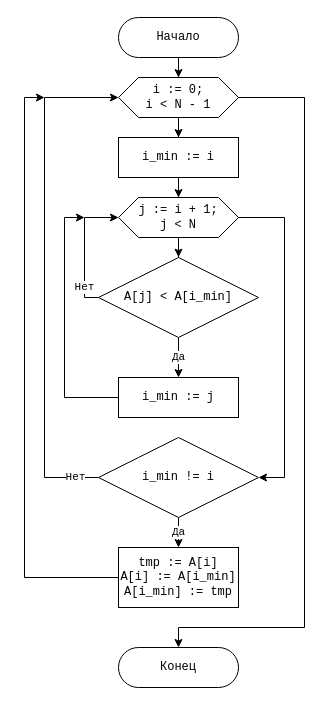
Above: lab_06_3_bubble-sort.drawio in 4gottendreamer/Diagrams-drawio (draw.io), before the change. Source tidied: cells renumbered, new cells numbered last; positions are measured from the earlier drawing's top-left corner, leaving out a move shared by most shapes. Both pictures are drawn from the tidied source at 100%, with x=0, y=0 at pixel (24, 17).
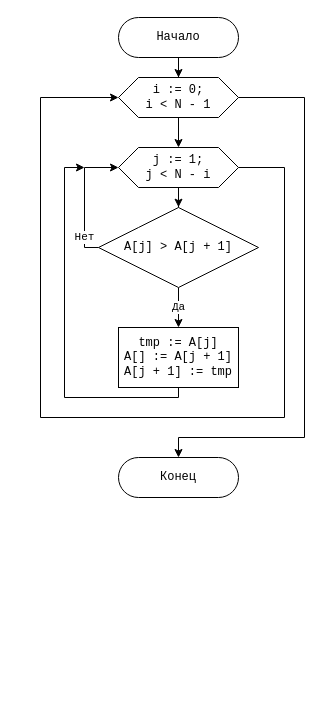
After the change.

Unchanged cells that the change refers to:
```xml
<mxCell id="6" value="&lt;div&gt;i := 0;&lt;/div&gt;&lt;div&gt;i &amp;lt; N - 1&lt;/div&gt;" style="shape=hexagon;perimeter=hexagonPerimeter2;whiteSpace=wrap;html=1;fixedSize=1;rounded=1;fontFamily=Consolas;arcSize=0;" parent="1" vertex="1">
  <mxGeometry x="94" y="60" width="120" height="40" as="geometry" />
</mxCell>
```

Change to the diagram source:
```diff
@@
-    <mxCell id="4" style="edgeStyle=orthogonalEdgeStyle;rounded=0;jettySize=auto;html=1;fontFamily=Consolas;" parent="1" edge="1" source="6" target="8">
+    <mxCell id="4" style="edgeStyle=orthogonalEdgeStyle;rounded=0;jettySize=auto;html=1;fontFamily=Consolas;entryX=0.5;entryY=0;entryDx=0;entryDy=0;" parent="1" edge="1" source="6" target="11">
       <mxGeometry relative="1" as="geometry" />
     </mxCell>
     <mxCell id="5" style="edgeStyle=orthogonalEdgeStyle;rounded=0;jettySize=auto;html=1;fontFamily=Consolas;entryX=0.5;entryY=0;entryDx=0;entryDy=0;" parent="1" edge="1" source="6" target="22">
       <mxGeometry relative="1" as="geometry">
         <Array as="points">
           <mxPoint x="280" y="80" />
-          <mxPoint x="280" y="610" />
-          <mxPoint x="154" y="610" />
+          <mxPoint x="280" y="420" />
+          <mxPoint x="154" y="420" />
         </Array>
       </mxGeometry>
     </mxCell>
@@
-    <mxCell id="7" style="edgeStyle=orthogonalEdgeStyle;rounded=0;jettySize=auto;html=1;fontFamily=Consolas;" parent="1" edge="1" source="8" target="11">
-      <mxGeometry relative="1" as="geometry" />
-    </mxCell>
-    <mxCell id="8" value="i_min := i" style="whiteSpace=wrap;html=1;rounded=1;fontFamily=Consolas;arcSize=0;" parent="1" vertex="1">
-      <mxGeometry x="94" y="120" width="120" height="40" as="geometry" />
-    </mxCell>
@@
-    <mxCell id="10" style="edgeStyle=orthogonalEdgeStyle;rounded=0;jettySize=auto;html=1;fontFamily=Consolas;entryX=1;entryY=0.5;entryDx=0;entryDy=0;" parent="1" edge="1" source="11" target="19">
+    <mxCell id="10" style="edgeStyle=orthogonalEdgeStyle;rounded=0;jettySize=auto;html=1;fontFamily=Consolas;entryX=0;entryY=0.5;entryDx=0;entryDy=0;exitX=1;exitY=0.5;exitDx=0;exitDy=0;" parent="1" edge="1" source="11" target="6">
       <mxGeometry relative="1" as="geometry">
         <Array as="points">
-          <mxPoint x="260" y="200" />
-          <mxPoint x="260" y="460" />
+          <mxPoint x="260" y="150" />
+          <mxPoint x="260" y="400" />
+          <mxPoint x="16" y="400" />
+          <mxPoint x="16" y="80" />
         </Array>
       </mxGeometry>
     </mxCell>
-    <mxCell id="11" value="&lt;div&gt;j := i + 1;&lt;/div&gt;&lt;div&gt;j &amp;lt; N&lt;/div&gt;" style="shape=hexagon;perimeter=hexagonPerimeter2;whiteSpace=wrap;html=1;fixedSize=1;rounded=1;fontFamily=Consolas;arcSize=0;" parent="1" vertex="1">
-      <mxGeometry x="94" y="180" width="120" height="40" as="geometry" />
+    <mxCell id="11" value="&lt;div&gt;j := 1;&lt;/div&gt;&lt;div&gt;j &amp;lt; N - i&lt;br&gt;&lt;/div&gt;" style="shape=hexagon;perimeter=hexagonPerimeter2;whiteSpace=wrap;html=1;fixedSize=1;rounded=1;fontFamily=Consolas;arcSize=0;" parent="1" vertex="1">
+      <mxGeometry x="94" y="130" width="120" height="40" as="geometry" />
     </mxCell>
-    <mxCell id="12" value="Да" style="edgeStyle=orthogonalEdgeStyle;rounded=0;jettySize=auto;html=1;fontFamily=Consolas;" parent="1" edge="1" source="14" target="16">
+    <mxCell id="12" value="Да" style="edgeStyle=orthogonalEdgeStyle;rounded=0;jettySize=auto;html=1;fontFamily=Consolas;entryX=0.5;entryY=0;entryDx=0;entryDy=0;" parent="1" edge="1" source="14" target="21">
       <mxGeometry relative="1" as="geometry" />
     </mxCell>
     <mxCell id="13" value="&lt;div&gt;Нет&lt;/div&gt;" style="edgeStyle=orthogonalEdgeStyle;rounded=0;jettySize=auto;html=1;fontFamily=Consolas;entryX=0;entryY=0.5;entryDx=0;entryDy=0;exitX=0;exitY=0.5;exitDx=0;exitDy=0;" parent="1" edge="1" source="14" target="11">
       <mxGeometry x="-0.62" relative="1" as="geometry">
         <Array as="points">
-          <mxPoint x="60" y="280" />
-          <mxPoint x="60" y="200" />
+          <mxPoint x="60" y="230" />
+          <mxPoint x="60" y="150" />
         </Array>
       </mxGeometry>
     </mxCell>
-    <mxCell id="14" value="A[j] &amp;lt; A[i_min]" style="rhombus;whiteSpace=wrap;html=1;rounded=1;fontFamily=Consolas;arcSize=0;" parent="1" vertex="1">
-      <mxGeometry x="74" y="240" width="160" height="80" as="geometry" />
+    <mxCell id="14" value="A[j] &amp;gt; A[j + 1]" style="rhombus;whiteSpace=wrap;html=1;rounded=1;fontFamily=Consolas;arcSize=0;" parent="1" vertex="1">
+      <mxGeometry x="74" y="190" width="160" height="80" as="geometry" />
     </mxCell>
-    <mxCell id="15" style="edgeStyle=orthogonalEdgeStyle;rounded=0;jettySize=auto;html=1;fontFamily=Consolas;" parent="1" edge="1" source="16">
+    <mxCell id="15" style="edgeStyle=orthogonalEdgeStyle;rounded=0;jettySize=auto;html=1;fontFamily=Consolas;exitX=0.5;exitY=1;exitDx=0;exitDy=0;" parent="1" edge="1" source="21">
       <mxGeometry relative="1" as="geometry">
-        <mxPoint x="60" y="200" as="targetPoint" />
+        <mxPoint x="60" y="150" as="targetPoint" />
         <Array as="points">
+          <mxPoint x="154" y="380" />
           <mxPoint x="40" y="380" />
-          <mxPoint x="40" y="200" />
+          <mxPoint x="40" y="150" />
         </Array>
       </mxGeometry>
     </mxCell>
-    <mxCell id="16" value="i_min := j" style="whiteSpace=wrap;html=1;rounded=1;fontFamily=Consolas;arcSize=0;" parent="1" vertex="1">
-      <mxGeometry x="94" y="360" width="120" height="40" as="geometry" />
-    </mxCell>
-    <mxCell id="17" value="Да" style="edgeStyle=orthogonalEdgeStyle;rounded=0;jettySize=auto;html=1;fontFamily=Consolas;" parent="1" edge="1" source="19" target="21">
-      <mxGeometry relative="1" as="geometry" />
-    </mxCell>
-    <mxCell id="18" value="&lt;div&gt;Нет&lt;/div&gt;" style="edgeStyle=orthogonalEdgeStyle;rounded=0;jettySize=auto;html=1;entryX=0;entryY=0.5;entryDx=0;entryDy=0;fontFamily=Consolas;" parent="1" edge="1" source="19" target="6">
-      <mxGeometry x="-0.91" relative="1" as="geometry">
-        <Array as="points">
-          <mxPoint x="20" y="460" />
-          <mxPoint x="20" y="80" />
-        </Array>
-      </mxGeometry>
-    </mxCell>
-    <mxCell id="19" value="i_min != i" style="rhombus;whiteSpace=wrap;html=1;rounded=1;fontFamily=Consolas;arcSize=0;" parent="1" vertex="1">
-      <mxGeometry x="74" y="420" width="160" height="80" as="geometry" />
-    </mxCell>
-    <mxCell id="20" style="edgeStyle=orthogonalEdgeStyle;rounded=0;jettySize=auto;html=1;fontFamily=Consolas;" parent="1" edge="1" source="21">
-      <mxGeometry relative="1" as="geometry">
-        <mxPoint x="20" y="80" as="targetPoint" />
-        <Array as="points">
-          <mxPoint y="560" />
-          <mxPoint y="80" />
-        </Array>
-      </mxGeometry>
-    </mxCell>
-    <mxCell id="21" value="&lt;div&gt;tmp := A[i]&lt;/div&gt;&lt;div&gt;A[i] := A[i_min]&lt;/div&gt;&lt;div&gt;A[i_min] := tmp&lt;br&gt;&lt;/div&gt;" style="whiteSpace=wrap;html=1;rounded=1;fontFamily=Consolas;arcSize=0;" parent="1" vertex="1">
-      <mxGeometry x="94" y="530" width="120" height="60" as="geometry" />
+    <mxCell id="21" value="&lt;div&gt;tmp := A[j]&lt;/div&gt;&lt;div&gt;A[] := A[j + 1]&lt;/div&gt;&lt;div&gt;A[j + 1] := tmp&lt;br&gt;&lt;/div&gt;" style="whiteSpace=wrap;html=1;rounded=1;fontFamily=Consolas;arcSize=0;" parent="1" vertex="1">
+      <mxGeometry x="94" y="310" width="120" height="60" as="geometry" />
     </mxCell>
     <mxCell id="22" value="Конец" style="rounded=1;whiteSpace=wrap;html=1;arcSize=50;fontFamily=Consolas;" parent="1" vertex="1">
-      <mxGeometry x="94" y="630" width="120" height="40" as="geometry" />
+      <mxGeometry x="94" y="440" width="120" height="40" as="geometry" />
     </mxCell>
```
